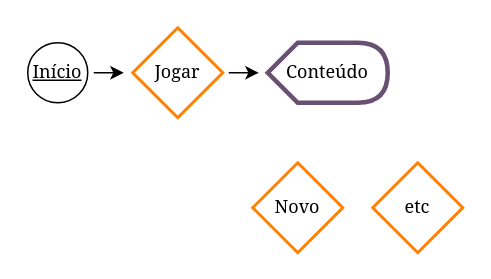
Above: teste.drawio in ErosBenkert/LOPR (draw.io), before the change. Source tidied: cells renumbered, new cells numbered last; positions are measured from the earlier drawing's top-left corner, leaving out a move shared by most shapes. Both pictures are drawn from the tidied source at 150%, with x=0, y=0 at pixel (27, 27).
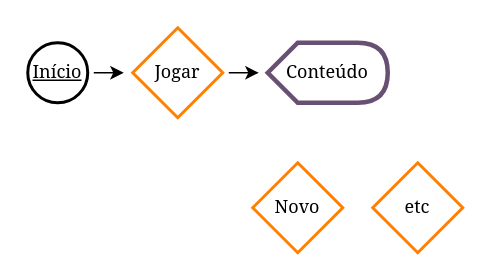
The same diagram, later.

What changed in the source:
```diff
@@
 <mxGraphModel>
   <root>
     <mxCell id="0" />
     <mxCell id="1" parent="0" />
     <mxCell id="2" style="edgeStyle=orthogonalEdgeStyle;rounded=1;orthogonalLoop=1;jettySize=auto;html=1;" parent="1" edge="1">
       <mxGeometry relative="1" as="geometry">
         <mxPoint x="44" y="30" as="sourcePoint" />
         <mxPoint x="64" y="30" as="targetPoint" />
       </mxGeometry>
     </mxCell>
-    <mxCell id="3" value="&lt;u&gt;&lt;font face=&quot;Georgia&quot;&gt;Início&lt;/font&gt;&lt;/u&gt;" style="ellipse;whiteSpace=wrap;html=1;" parent="1" vertex="1">
+    <mxCell id="3" value="&lt;u&gt;&lt;font face=&quot;Georgia&quot;&gt;Início&lt;/font&gt;&lt;/u&gt;" style="ellipse;whiteSpace=wrap;html=1;strokeWidth=2;" parent="1" vertex="1">
       <mxGeometry y="10" width="40" height="40" as="geometry" />
     </mxCell>
     <mxCell id="4" style="edgeStyle=orthogonalEdgeStyle;orthogonalLoop=1;jettySize=auto;html=1;rounded=1;" parent="1" edge="1">
       <mxGeometry relative="1" as="geometry">
         <mxPoint x="134" y="30" as="sourcePoint" />
         <mxPoint x="154" y="30" as="targetPoint" />
       </mxGeometry>
     </mxCell>
     <mxCell id="5" value="&lt;font style=&quot;font-size: 12px;&quot;&gt;Jogar&lt;/font&gt;" style="rhombus;whiteSpace=wrap;html=1;fontFamily=Georgia;strokeColor=#FF8000;strokeWidth=2;" parent="1" vertex="1">
       <mxGeometry x="70" width="60" height="60" as="geometry" />
     </mxCell>
     <mxCell id="6" value="&lt;font face=&quot;Georgia&quot;&gt;Conteúdo&lt;/font&gt;" style="shape=display;whiteSpace=wrap;html=1;strokeColor=#685073;strokeWidth=3;" parent="1" vertex="1">
       <mxGeometry x="160" y="10" width="80" height="40" as="geometry" />
     </mxCell>
     <mxCell id="7" value="Novo" style="rhombus;whiteSpace=wrap;html=1;fontFamily=Georgia;strokeColor=#FF8000;strokeWidth=2;" parent="1" vertex="1">
       <mxGeometry x="150" y="90" width="60" height="60" as="geometry" />
     </mxCell>
     <mxCell id="8" value="etc" style="rhombus;whiteSpace=wrap;html=1;fontFamily=Georgia;strokeColor=#FF8000;strokeWidth=2;" parent="1" vertex="1">
       <mxGeometry x="230" y="90" width="60" height="60" as="geometry" />
     </mxCell>
   </root>
 </mxGraphModel>
```
